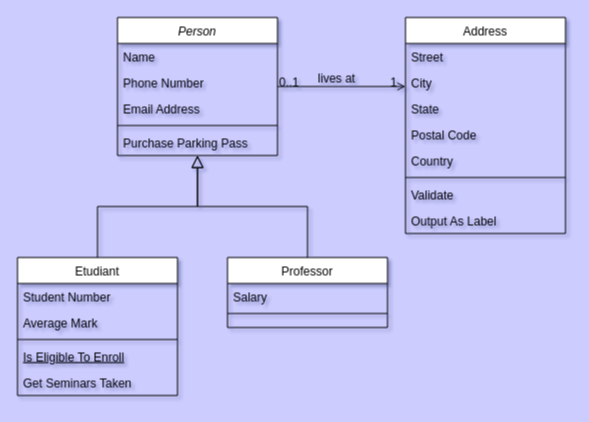
Earlier version of the draw.io diagram Untitled Diagram.drawio (Ramirokaffo/Jeux-du-Serpent). Source tidied: cells renumbered, new cells numbered last; positions are measured from the earlier drawing's top-left corner, leaving out a move shared by most shapes. Both pictures are drawn from the tidied source at 100%, with x=0, y=0 at pixel (17, 17).
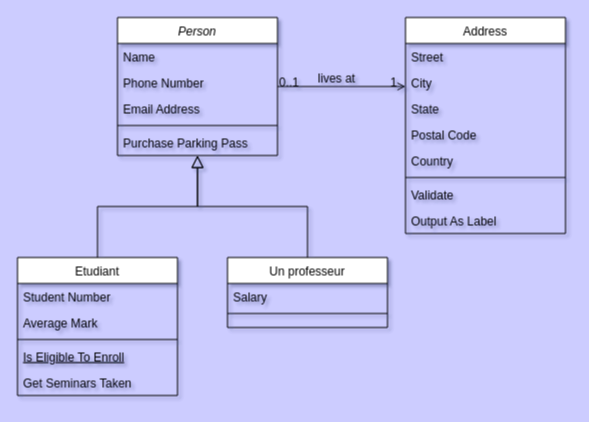
The same page after the edit.

Commit message:
Mettre à jour le diagramme

What changed in the source:
```diff
@@
-    <mxCell id="15" value="Professor" style="swimlane;fontStyle=0;align=center;verticalAlign=top;horizontal=1;startSize=26;rounded=0;shadow=0;strokeWidth=1;" parent="1" vertex="1">
+    <mxCell id="15" value="Un professeur" style="swimlane;fontStyle=0;align=center;verticalAlign=top;horizontal=1;startSize=26;rounded=0;shadow=0;strokeWidth=1;" parent="1" vertex="1">
       <mxGeometry x="210" y="240" width="160" height="70" as="geometry" />
     </mxCell>
```
